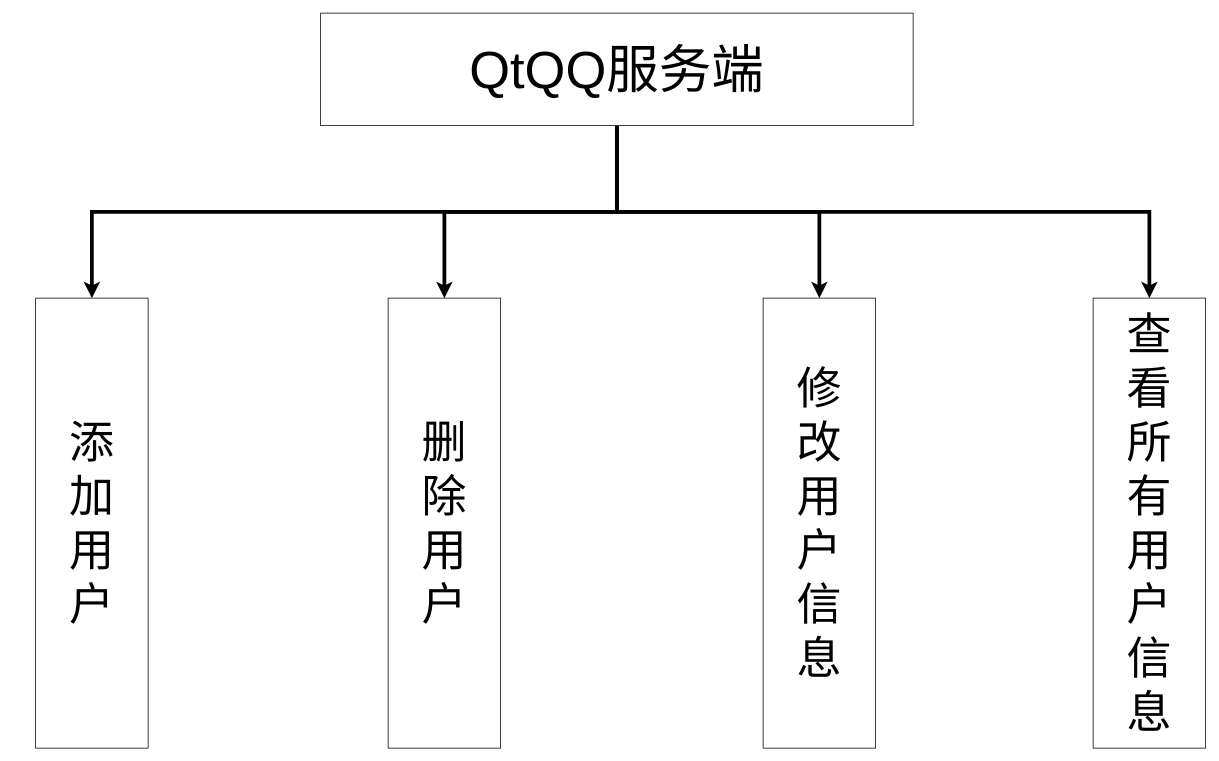
Above: chart/服务端功能结构图.drawio in YangGuiTong/QtQQ (draw.io), before the change. Source tidied: cells renumbered, new cells numbered last; positions are measured from the earlier drawing's top-left corner, leaving out a move shared by most shapes. Both pictures are drawn from the tidied source at 75%, with x=0, y=0 at pixel (35, 13).
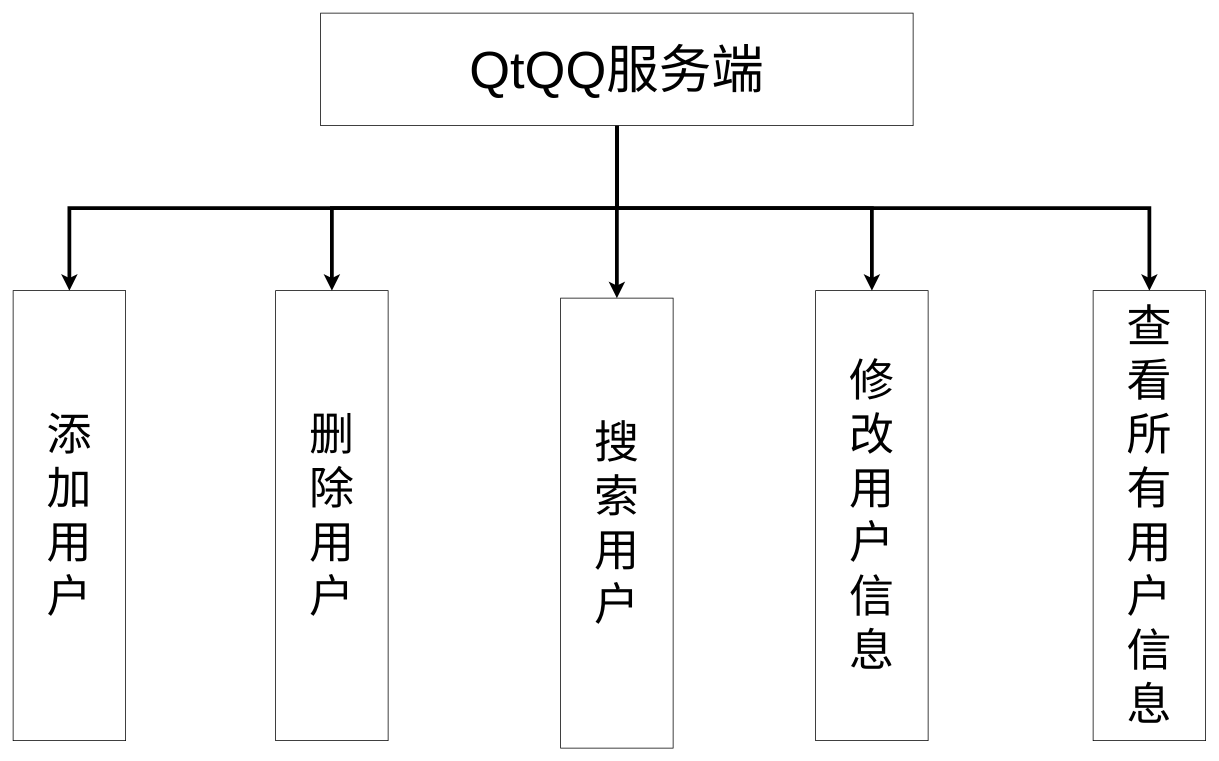
The same page after the edit.

Commit message:
更新服务端功能结构图.drawio

The edit, as a diff of the source:
```diff
@@
 <mxGraphModel>
   <root>
     <mxCell id="0" />
     <mxCell id="1" parent="0" />
     <mxCell id="2" style="edgeStyle=orthogonalEdgeStyle;rounded=0;jettySize=auto;html=1;exitX=0.5;exitY=1;exitDx=0;exitDy=0;entryX=0.5;entryY=0;entryDx=0;entryDy=0;strokeWidth=5;" parent="1" edge="1" source="6" target="7">
       <mxGeometry relative="1" as="geometry" />
     </mxCell>
     <mxCell id="3" style="edgeStyle=orthogonalEdgeStyle;rounded=0;jettySize=auto;html=1;exitX=0.5;exitY=1;exitDx=0;exitDy=0;entryX=0.5;entryY=0;entryDx=0;entryDy=0;strokeWidth=5;" parent="1" edge="1" source="6" target="8">
       <mxGeometry relative="1" as="geometry" />
     </mxCell>
     <mxCell id="4" style="edgeStyle=orthogonalEdgeStyle;rounded=0;jettySize=auto;html=1;exitX=0.5;exitY=1;exitDx=0;exitDy=0;strokeWidth=5;" parent="1" edge="1" source="6" target="9">
       <mxGeometry relative="1" as="geometry" />
     </mxCell>
     <mxCell id="5" style="edgeStyle=orthogonalEdgeStyle;rounded=0;jettySize=auto;html=1;exitX=0.5;exitY=1;exitDx=0;exitDy=0;strokeWidth=5;" parent="1" edge="1" source="6" target="10">
       <mxGeometry relative="1" as="geometry" />
     </mxCell>
+    <mxCell id="11" style="edgeStyle=orthogonalEdgeStyle;rounded=0;jettySize=auto;html=1;exitX=0.5;exitY=1;exitDx=0;exitDy=0;strokeWidth=5;" parent="1" edge="1" source="6" target="12">
+      <mxGeometry relative="1" as="geometry" />
+    </mxCell>
     <mxCell id="6" value="&lt;font style=&quot;font-size: 70px;&quot;&gt;QtQQ服务端&lt;/font&gt;" style="rounded=0;whiteSpace=wrap;html=1;" parent="1" vertex="1">
       <mxGeometry x="380" width="790" height="150" as="geometry" />
     </mxCell>
     <mxCell id="7" value="&lt;font style=&quot;font-size: 60px;&quot;&gt;添&lt;/font&gt;&lt;div&gt;&lt;font style=&quot;font-size: 60px;&quot;&gt;加&lt;/font&gt;&lt;/div&gt;&lt;div&gt;&lt;font style=&quot;font-size: 60px;&quot;&gt;用&lt;/font&gt;&lt;/div&gt;&lt;div&gt;&lt;font style=&quot;font-size: 60px;&quot;&gt;户&lt;/font&gt;&lt;/div&gt;" style="rounded=0;whiteSpace=wrap;html=1;" parent="1" vertex="1">
-      <mxGeometry y="380" width="150" height="600" as="geometry" />
+      <mxGeometry x="-30" y="370" width="150" height="600" as="geometry" />
     </mxCell>
     <mxCell id="8" value="&lt;span style=&quot;font-size: 60px;&quot;&gt;删&lt;/span&gt;&lt;div&gt;&lt;span style=&quot;font-size: 60px;&quot;&gt;除&lt;/span&gt;&lt;br&gt;&lt;div&gt;&lt;font style=&quot;font-size: 60px;&quot;&gt;用&lt;/font&gt;&lt;/div&gt;&lt;div&gt;&lt;font style=&quot;font-size: 60px;&quot;&gt;户&lt;/font&gt;&lt;/div&gt;&lt;/div&gt;" style="rounded=0;whiteSpace=wrap;html=1;" parent="1" vertex="1">
-      <mxGeometry x="470" y="380" width="150" height="600" as="geometry" />
+      <mxGeometry x="320" y="370" width="150" height="600" as="geometry" />
     </mxCell>
     <mxCell id="9" value="&lt;span style=&quot;font-size: 60px;&quot;&gt;修&lt;/span&gt;&lt;div&gt;&lt;span style=&quot;font-size: 60px;&quot;&gt;改&lt;/span&gt;&lt;/div&gt;&lt;div&gt;&lt;span style=&quot;font-size: 60px;&quot;&gt;用&lt;/span&gt;&lt;/div&gt;&lt;div&gt;&lt;span style=&quot;font-size: 60px;&quot;&gt;户&lt;/span&gt;&lt;/div&gt;&lt;div&gt;&lt;span style=&quot;font-size: 60px;&quot;&gt;信&lt;/span&gt;&lt;/div&gt;&lt;div&gt;&lt;span style=&quot;font-size: 60px;&quot;&gt;息&lt;/span&gt;&lt;/div&gt;" style="rounded=0;whiteSpace=wrap;html=1;" parent="1" vertex="1">
-      <mxGeometry x="970" y="380" width="150" height="600" as="geometry" />
+      <mxGeometry x="1040" y="370" width="150" height="600" as="geometry" />
     </mxCell>
     <mxCell id="10" value="&lt;span style=&quot;font-size: 60px;&quot;&gt;查&lt;/span&gt;&lt;div&gt;&lt;span style=&quot;font-size: 60px;&quot;&gt;看&lt;/span&gt;&lt;/div&gt;&lt;div&gt;&lt;span style=&quot;font-size: 60px;&quot;&gt;所&lt;/span&gt;&lt;/div&gt;&lt;div&gt;&lt;span style=&quot;font-size: 60px;&quot;&gt;有&lt;/span&gt;&lt;/div&gt;&lt;div&gt;&lt;span style=&quot;font-size: 60px;&quot;&gt;用&lt;/span&gt;&lt;/div&gt;&lt;div&gt;&lt;span style=&quot;font-size: 60px;&quot;&gt;户&lt;/span&gt;&lt;/div&gt;&lt;div&gt;&lt;span style=&quot;font-size: 60px;&quot;&gt;信&lt;/span&gt;&lt;/div&gt;&lt;div&gt;&lt;span style=&quot;font-size: 60px;&quot;&gt;息&lt;/span&gt;&lt;/div&gt;" style="rounded=0;whiteSpace=wrap;html=1;" parent="1" vertex="1">
-      <mxGeometry x="1410" y="380" width="150" height="600" as="geometry" />
+      <mxGeometry x="1410" y="370" width="150" height="600" as="geometry" />
     </mxCell>
+    <mxCell id="12" value="&lt;span style=&quot;font-size: 60px;&quot;&gt;搜&lt;/span&gt;&lt;div&gt;&lt;span style=&quot;font-size: 60px;&quot;&gt;索&lt;/span&gt;&lt;/div&gt;&lt;div&gt;&lt;span style=&quot;font-size: 60px;&quot;&gt;用&lt;/span&gt;&lt;/div&gt;&lt;div&gt;&lt;span style=&quot;font-size: 60px;&quot;&gt;户&lt;/span&gt;&lt;/div&gt;" style="rounded=0;whiteSpace=wrap;html=1;" parent="1" vertex="1">
+      <mxGeometry x="700" y="380" width="150" height="600" as="geometry" />
+    </mxCell>
   </root>
 </mxGraphModel>
```
